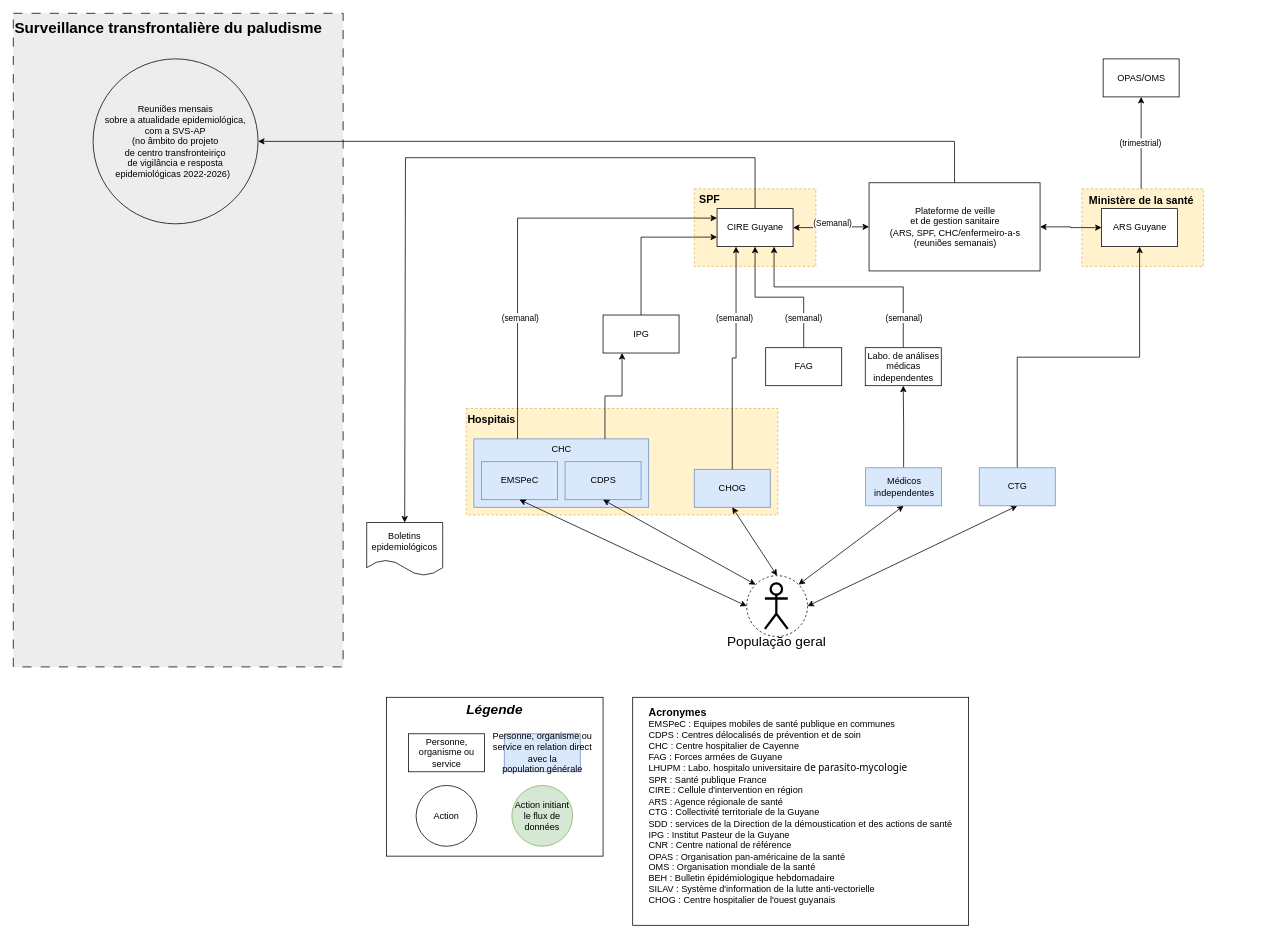
Above: vigilancia_FR-GF.drawio in EmmanuelRouxIRD/VigiFront-Saude (draw.io), before the change. Source tidied: cells renumbered, new cells numbered last; positions are measured from the earlier drawing's top-left corner, leaving out a move shared by most shapes. Both pictures are drawn from the tidied source at 76%, with x=0, y=0 at pixel (13, 13).
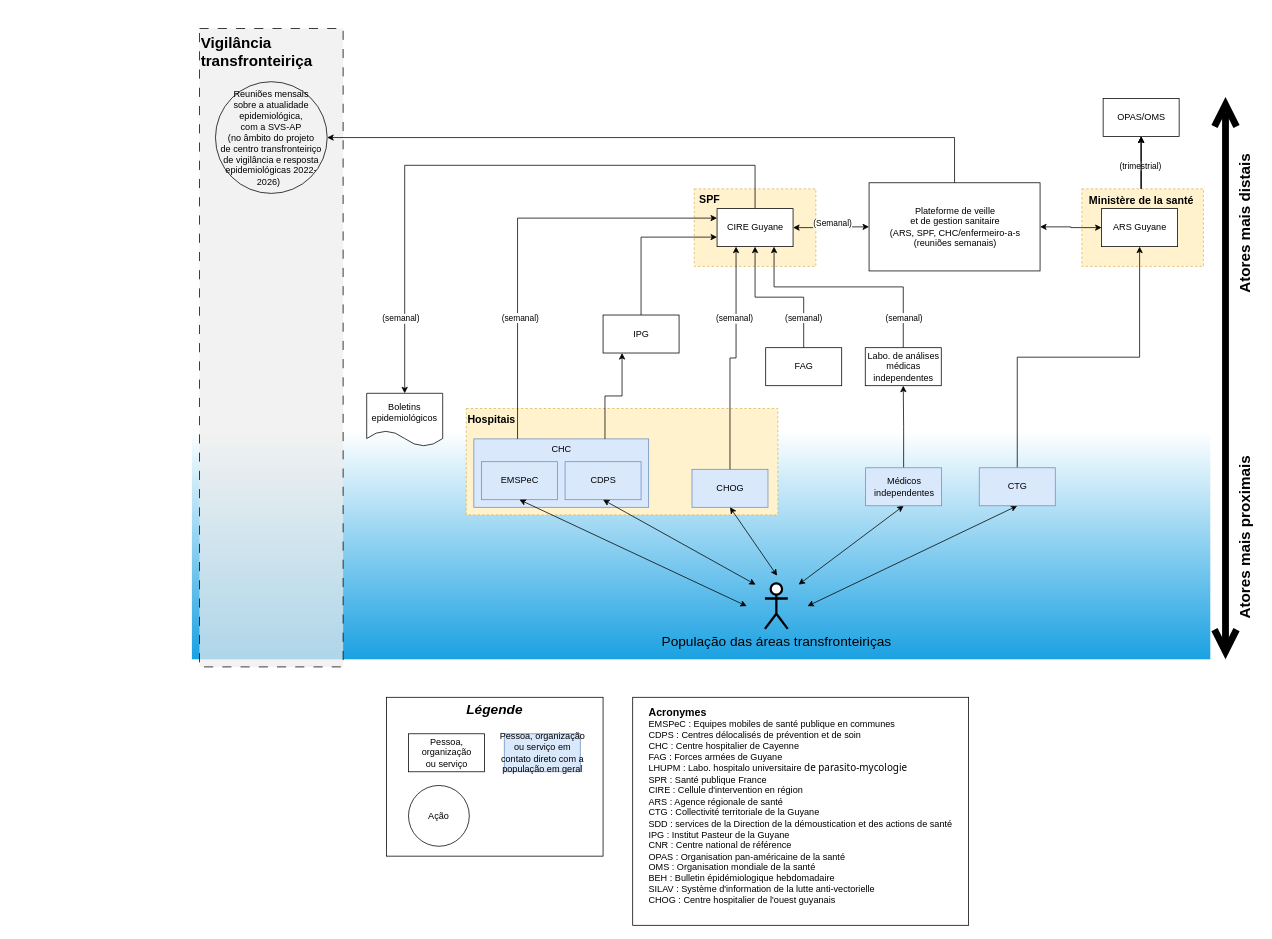
After the change.

Commit message (it also covers changes not shown here):
Mettre à jour vigilancia_FR-GF.drawio

The change refers to these unchanged cells:
```xml
<mxCell id="10" value="CIRE Guyane" style="html=1;dashed=0;whitespace=wrap;" parent="1" vertex="1">
  <mxGeometry x="926" y="257" width="100" height="50" as="geometry" />
</mxCell>
<mxCell id="26" style="edgeStyle=orthogonalEdgeStyle;rounded=0;jettySize=auto;html=1;entryX=0.5;entryY=1;entryDx=0;entryDy=0;" parent="1" edge="1" source="46" target="39">
  <mxGeometry relative="1" as="geometry" />
</mxCell>
<mxCell id="46" value="&lt;font style=&quot;font-size: 14px;&quot;&gt;&lt;span style=&quot;font-size: 14px;&quot;&gt;Ministère de la santé&lt;/span&gt;&lt;/font&gt;" style="text;html=1;align=center;verticalAlign=middle;points=[];strokeColor=none;fillColor=none;fontSize=14;fontStyle=1;" parent="1" vertex="1">
  <mxGeometry x="1406" y="231" width="156" height="29" as="geometry" />
</mxCell>
```

Diff of the diagram source:
```diff
@@
+    <mxCell id="56" style="whiteSpace=wrap;html=1;fillColor=#1ba1e2;fontColor=#ffffff;strokeColor=none;gradientColor=#FFFFFF;gradientDirection=north;" parent="1" vertex="1">
+      <mxGeometry x="235" y="550" width="1340" height="300" as="geometry" />
+    </mxCell>
+    <mxCell id="5" value="Vigilância transfronteiriça" style="rounded=0;whiteSpace=wrap;html=1;fillColor=#EDEDED;dashed=1;dashPattern=12 12;verticalAlign=top;align=left;fontSize=20;fontStyle=1;strokeOpacity=100;fillOpacity=70;" parent="1" vertex="1">
+      <mxGeometry x="245" y="20" width="189" height="840" as="geometry" />
+    </mxCell>
-    <mxCell id="2" style="ellipse;whiteSpace=wrap;html=1;fillColor=none;dashed=1;" parent="1" vertex="1">
+    <mxCell id="2" style="ellipse;whiteSpace=wrap;html=1;fillColor=none;dashed=1;strokeColor=none;" parent="1" vertex="1">
       <mxGeometry x="965" y="740" width="80" height="80" as="geometry" />
     </mxCell>
@@
-    <mxCell id="5" value="Surveillance transfrontalière du paludisme" style="rounded=0;whiteSpace=wrap;html=1;fillColor=#EDEDED;dashed=1;dashPattern=12 12;verticalAlign=top;align=left;fontSize=20;fontStyle=1;" parent="1" vertex="1">
-      <mxGeometry width="434" height="860" as="geometry" />
-    </mxCell>
@@
     <mxCell id="9" style="edgeStyle=orthogonalEdgeStyle;rounded=0;jettySize=auto;html=1;exitX=0.5;exitY=0;exitDx=0;exitDy=0;entryX=0.5;entryY=0;entryDx=0;entryDy=0;" parent="1" edge="1" source="10" target="43">
       <mxGeometry relative="1" as="geometry">
         <Array as="points">
-          <mxPoint x="976" y="190" />
-          <mxPoint x="516" y="190" />
-          <mxPoint x="516" y="670" />
+          <mxPoint x="976" y="200" />
+          <mxPoint x="515" y="200" />
         </Array>
       </mxGeometry>
     </mxCell>
@@
     <mxCell id="17" value="CHOG" style="html=1;dashed=0;whitespace=wrap;fillColor=#dae8fc;strokeColor=#6c8ebf;" parent="1" vertex="1">
-      <mxGeometry x="896" y="600" width="100" height="50" as="geometry" />
+      <mxGeometry x="893" y="600" width="100" height="50" as="geometry" />
     </mxCell>
@@
     <mxCell id="27" value="&amp;nbsp;(trimestrial)&amp;nbsp;" style="edgeLabel;html=1;align=center;verticalAlign=middle;" parent="26" vertex="1">
       <mxGeometry x="0.87" y="3" relative="1" as="geometry">
-        <mxPoint x="1" y="52" as="offset" />
+        <mxPoint x="1" y="34" as="offset" />
       </mxGeometry>
     </mxCell>
@@
-    <mxCell id="31" value="Personne, organisme ou&lt;br&gt;service&amp;nbsp;en relation direct&lt;br&gt;avec la&lt;br&gt;population générale" style="html=1;dashed=0;whitespace=wrap;fillColor=#dae8fc;strokeColor=#6c8ebf;" parent="1" vertex="1">
+    <mxCell id="31" value="Pessoa, organização&lt;br&gt;ou serviço em&lt;br&gt;contato direto com a&lt;br&gt;população em geral" style="html=1;dashed=0;whitespace=wrap;fillColor=#dae8fc;strokeColor=#6c8ebf;" parent="1" vertex="1">
       <mxGeometry x="646" y="948" width="100" height="50" as="geometry" />
     </mxCell>
-    <mxCell id="32" value="Personne,&lt;br&gt;organisme&amp;nbsp;ou&lt;br&gt;service" style="html=1;dashed=0;whitespace=wrap;" parent="1" vertex="1">
+    <mxCell id="32" value="Pessoa,&lt;br&gt;organização&lt;br&gt;ou serviço" style="html=1;dashed=0;whitespace=wrap;" parent="1" vertex="1">
       <mxGeometry x="520" y="948" width="100" height="50" as="geometry" />
     </mxCell>
-    <mxCell id="33" value="População geral" style="shape=umlActor;verticalLabelPosition=bottom;verticalAlign=top;html=1;labelBackgroundColor=none;fontSize=18;strokeWidth=3;" parent="1" vertex="1">
+    <mxCell id="33" value="População das áreas transfronteiriças" style="shape=umlActor;verticalLabelPosition=bottom;verticalAlign=top;html=1;labelBackgroundColor=none;fontSize=18;strokeWidth=3;" parent="1" vertex="1">
       <mxGeometry x="989" y="750" width="30" height="60" as="geometry" />
     </mxCell>
-    <mxCell id="34" value="Action" style="ellipse;whiteSpace=wrap;html=1;labelBackgroundColor=none;strokeWidth=1;fontSize=12;" parent="1" vertex="1">
-      <mxGeometry x="530" y="1016" width="80" height="80" as="geometry" />
+    <mxCell id="34" value="Ação" style="ellipse;whiteSpace=wrap;html=1;labelBackgroundColor=none;strokeWidth=1;fontSize=12;" parent="1" vertex="1">
+      <mxGeometry x="520" y="1016" width="80" height="80" as="geometry" />
     </mxCell>
-    <mxCell id="35" value="Action initiant le flux de données" style="ellipse;whiteSpace=wrap;html=1;labelBackgroundColor=none;strokeWidth=1;fontSize=12;fillColor=#d5e8d4;strokeColor=#82b366;" parent="1" vertex="1">
-      <mxGeometry x="656" y="1016" width="80" height="80" as="geometry" />
-    </mxCell>
@@
     <mxCell id="39" value="OPAS/OMS" style="html=1;dashed=0;whitespace=wrap;" parent="1" vertex="1">
-      <mxGeometry x="1434" y="60" width="100" height="50" as="geometry" />
+      <mxGeometry x="1434" y="112" width="100" height="50" as="geometry" />
     </mxCell>
@@
     <mxCell id="41" value="&lt;div style=&quot;&quot;&gt;Reuniões mensais&lt;/div&gt;&lt;div style=&quot;&quot;&gt;sobre a atualidade epidemiológica,&lt;/div&gt;&lt;div style=&quot;&quot;&gt;com a SVS-AP&lt;/div&gt;&lt;div style=&quot;&quot;&gt;(no âmbito do projeto&lt;/div&gt;&lt;div style=&quot;&quot;&gt;de centro transfronteiriço&lt;/div&gt;&lt;div style=&quot;&quot;&gt;de vigilância e resposta&lt;/div&gt;&lt;div style=&quot;&quot;&gt;epidemiológicas 2022-2026)&lt;span style=&quot;background-color: initial;&quot;&gt;&amp;nbsp;&amp;nbsp;&lt;/span&gt;&lt;br style=&quot;border-color: var(--border-color);&quot;&gt;&lt;/div&gt;" style="shape=ellipse;html=1;dashed=0;whitespace=wrap;perimeter=ellipsePerimeter;fillColor=none;align=center;labelPosition=center;verticalLabelPosition=middle;verticalAlign=middle;whiteSpace=wrap;" parent="1" vertex="1">
-      <mxGeometry x="105" y="60" width="217" height="217" as="geometry" />
+      <mxGeometry x="266" y="90" width="147" height="147" as="geometry" />
     </mxCell>
@@
     <mxCell id="43" value="Boletins epidemiológicos" style="shape=document;whiteSpace=wrap;html=1;boundedLbl=1;dashed=0;flipH=1;" parent="1" vertex="1">
-      <mxGeometry x="465" y="670" width="100" height="70" as="geometry" />
+      <mxGeometry x="465" y="500" width="100" height="70" as="geometry" />
     </mxCell>
@@
+    <mxCell id="57" style="edgeStyle=orthogonalEdgeStyle;rounded=0;jettySize=auto;html=1;" parent="1" edge="1" source="46" target="39">
+      <mxGeometry relative="1" as="geometry" />
+    </mxCell>
+    <mxCell id="58" style="edgeStyle=orthogonalEdgeStyle;rounded=0;jettySize=auto;html=1;" parent="1" edge="1" source="46" target="39">
+      <mxGeometry relative="1" as="geometry" />
+    </mxCell>
@@
+    <mxCell id="59" value="(semanal)" style="edgeLabel;html=1;align=center;verticalAlign=middle;" parent="1" vertex="1">
+      <mxGeometry x="676" y="390" as="geometry">
+        <mxPoint x="-167" y="11" as="offset" />
+      </mxGeometry>
+    </mxCell>
+    <mxCell id="60" style="endArrow=open;startArrow=open;html=1;rounded=0;strokeWidth=9;startFill=0;endFill=0;sourcePerimeterSpacing=0;startSize=20;endSize=20;" parent="1" edge="1">
+      <mxGeometry relative="1" as="geometry">
+        <mxPoint x="1595" y="850" as="sourcePoint" />
+        <mxPoint x="1595" y="110" as="targetPoint" />
+      </mxGeometry>
+    </mxCell>
+    <mxCell id="61" value="Atores mais distais" style="text;html=1;align=center;verticalAlign=middle;strokeColor=none;fillColor=none;fontSize=20;fontStyle=1;rotation=270;" parent="1" vertex="1">
+      <mxGeometry x="1515" y="257" width="210" height="40" as="geometry" />
+    </mxCell>
+    <mxCell id="62" value="Atores mais proximais" style="text;html=1;align=center;verticalAlign=middle;strokeColor=none;fillColor=none;fontSize=20;fontStyle=1;rotation=270;" parent="1" vertex="1">
+      <mxGeometry x="1500" y="670" width="240" height="40" as="geometry" />
+    </mxCell>
```
